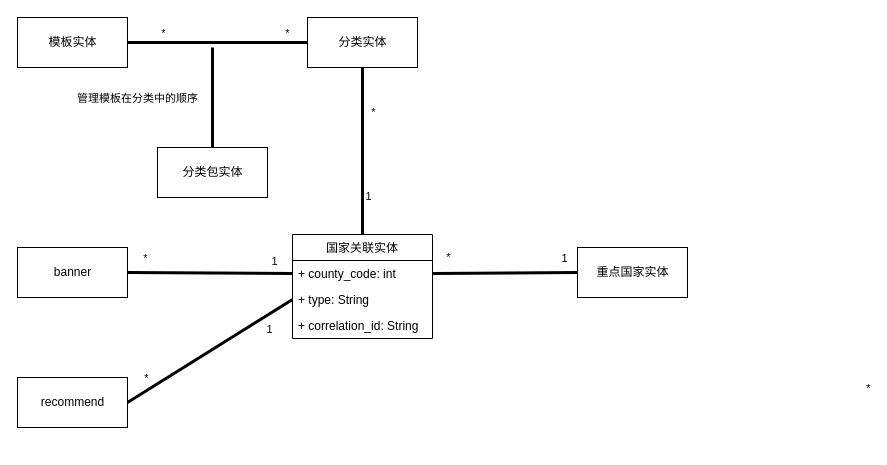
Before: 国家配置关系类图.drawio in milletzhu/datasource, a draw.io diagram. Source tidied: cells renumbered, new cells numbered last; positions are measured from the earlier drawing's top-left corner, leaving out a move shared by most shapes. Both pictures are drawn from the tidied source at 100%, with x=0, y=0 at pixel (17, 17).
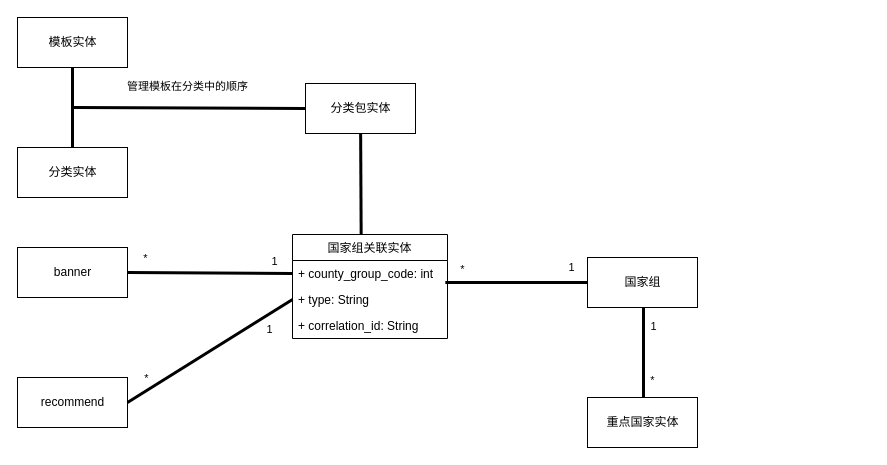
Above is the later version.

Commit message:
更新国家配置关系类图.drawio

Unchanged cells that the change refers to:
```xml
<mxCell id="2" value="模板实体" style="html=1;" parent="1" vertex="1">
  <mxGeometry width="110" height="50" as="geometry" />
</mxCell>
```

Diff of the diagram source:
```diff
@@
     <mxCell id="3" value="分类实体" style="html=1;" parent="1" vertex="1">
-      <mxGeometry x="290" width="110" height="50" as="geometry" />
+      <mxGeometry y="130" width="110" height="50" as="geometry" />
     </mxCell>
@@
-    <mxCell id="6" style="endArrow=none;startArrow=none;endFill=0;startFill=0;endSize=8;html=1;verticalAlign=bottom;labelBackgroundColor=none;strokeWidth=3;rounded=0;exitX=1;exitY=0.5;exitDx=0;exitDy=0;entryX=0;entryY=0.5;entryDx=0;entryDy=0;" parent="1" edge="1" source="2" target="3">
-      <mxGeometry relative="1" as="geometry" />
-    </mxCell>
-    <mxCell id="7" value="*" style="edgeLabel;html=1;align=center;verticalAlign=middle;" parent="6" vertex="1">
-      <mxGeometry x="-0.61" y="-2" relative="1" as="geometry">
-        <mxPoint y="-12" as="offset" />
-      </mxGeometry>
-    </mxCell>
-    <mxCell id="8" value="*" style="edgeLabel;html=1;align=center;verticalAlign=middle;" parent="6" vertex="1">
-      <mxGeometry x="0.73" y="1" relative="1" as="geometry">
-        <mxPoint x="584" y="346" as="offset" />
-      </mxGeometry>
-    </mxCell>
-    <mxCell id="9" value="*" style="edgeLabel;html=1;align=center;verticalAlign=middle;" parent="6" vertex="1">
-      <mxGeometry x="0.77" relative="1" as="geometry">
-        <mxPoint y="-10" as="offset" />
-      </mxGeometry>
-    </mxCell>
     <mxCell id="10" value="分类包实体" style="html=1;" parent="1" vertex="1">
-      <mxGeometry x="140" y="130" width="110" height="50" as="geometry" />
+      <mxGeometry x="288" y="66" width="110" height="50" as="geometry" />
     </mxCell>
-    <mxCell id="11" value="管理模板在分类中的顺序" style="endArrow=none;startArrow=none;endFill=0;startFill=0;endSize=8;html=1;verticalAlign=bottom;labelBackgroundColor=none;strokeWidth=3;rounded=0;exitX=0.5;exitY=0;exitDx=0;exitDy=0;" parent="1" edge="1" source="10">
-      <mxGeometry x="-0.2" y="75" relative="1" as="geometry">
-        <mxPoint x="195" y="30" as="targetPoint" />
+    <mxCell id="11" value="管理模板在分类中的顺序" style="endArrow=none;startArrow=none;endFill=0;startFill=0;endSize=8;html=1;verticalAlign=bottom;labelBackgroundColor=none;strokeWidth=3;rounded=0;exitX=0;exitY=0.5;exitDx=0;exitDy=0;" parent="1" edge="1" source="10">
+      <mxGeometry x="0.02" y="-12" relative="1" as="geometry">
+        <mxPoint x="56" y="90" as="targetPoint" />
       </mxGeometry>
     </mxCell>
@@
-    <mxCell id="15" style="endArrow=none;startArrow=none;endFill=0;startFill=0;endSize=8;html=1;verticalAlign=bottom;labelBackgroundColor=none;strokeWidth=3;rounded=0;exitX=0.5;exitY=1;exitDx=0;exitDy=0;entryX=0.5;entryY=0;entryDx=0;entryDy=0;" parent="1" edge="1" source="3" target="22">
-      <mxGeometry relative="1" as="geometry" />
-    </mxCell>
-    <mxCell id="16" value="*" style="edgeLabel;html=1;align=center;verticalAlign=middle;" parent="15" vertex="1">
-      <mxGeometry x="-0.47" relative="1" as="geometry">
-        <mxPoint x="10" as="offset" />
-      </mxGeometry>
-    </mxCell>
-    <mxCell id="17" value="1" style="edgeLabel;html=1;align=center;verticalAlign=middle;" parent="15" vertex="1">
-      <mxGeometry x="0.53" y="5" relative="1" as="geometry" />
-    </mxCell>
@@
     <mxCell id="21" value="重点国家实体" style="html=1;" parent="1" vertex="1">
-      <mxGeometry x="560" y="230" width="110" height="50" as="geometry" />
+      <mxGeometry x="570" y="380" width="110" height="50" as="geometry" />
     </mxCell>
-    <mxCell id="22" value="国家关联实体" style="swimlane;fontStyle=0;horizontal=1;startSize=26;fillColor=none;" parent="1" vertex="1">
-      <mxGeometry x="275" y="217" width="140" height="104" as="geometry" />
+    <mxCell id="22" value="国家组关联实体" style="swimlane;fontStyle=0;horizontal=1;startSize=26;fillColor=none;" parent="1" vertex="1">
+      <mxGeometry x="275" y="217" width="155" height="104" as="geometry" />
     </mxCell>
-    <mxCell id="23" value="+ county_code: int" style="text;strokeColor=none;fillColor=none;align=left;verticalAlign=top;spacingLeft=4;spacingRight=4;overflow=hidden;points=[[0,0.5],[1,0.5]];portConstraint=eastwest;" parent="22" vertex="1">
-      <mxGeometry y="26" width="140" height="26" as="geometry" />
+    <mxCell id="23" value="+ county_group_code: int" style="text;strokeColor=none;fillColor=none;align=left;verticalAlign=top;spacingLeft=4;spacingRight=4;overflow=hidden;points=[[0,0.5],[1,0.5]];portConstraint=eastwest;" parent="22" vertex="1">
+      <mxGeometry y="26" width="155" height="26" as="geometry" />
     </mxCell>
     <mxCell id="24" value="+ type: String" style="text;strokeColor=none;fillColor=none;align=left;verticalAlign=top;spacingLeft=4;spacingRight=4;overflow=hidden;points=[[0,0.5],[1,0.5]];portConstraint=eastwest;" parent="22" vertex="1">
-      <mxGeometry y="52" width="140" height="26" as="geometry" />
+      <mxGeometry y="52" width="155" height="26" as="geometry" />
     </mxCell>
     <mxCell id="25" value="+ correlation_id: String" style="text;strokeColor=none;fillColor=none;align=left;verticalAlign=top;spacingLeft=4;spacingRight=4;overflow=hidden;" parent="22" vertex="1">
-      <mxGeometry y="78" width="140" height="26" as="geometry" />
+      <mxGeometry y="78" width="155" height="26" as="geometry" />
     </mxCell>
-    <mxCell id="26" style="endArrow=none;startArrow=none;endFill=0;startFill=0;endSize=8;html=1;verticalAlign=bottom;labelBackgroundColor=none;strokeWidth=3;rounded=0;exitX=1;exitY=0.5;exitDx=0;exitDy=0;entryX=0;entryY=0.5;entryDx=0;entryDy=0;" parent="1" edge="1" source="23" target="21">
-      <mxGeometry relative="1" as="geometry" />
-    </mxCell>
-    <mxCell id="27" value="1" style="edgeLabel;html=1;align=center;verticalAlign=middle;" parent="26" vertex="1">
-      <mxGeometry x="0.82" y="3" relative="1" as="geometry">
-        <mxPoint y="-12" as="offset" />
-      </mxGeometry>
-    </mxCell>
-    <mxCell id="28" value="*" style="edgeLabel;html=1;align=center;verticalAlign=middle;" parent="26" vertex="1">
-      <mxGeometry x="-0.74" y="-2" relative="1" as="geometry">
-        <mxPoint x="-4" y="-18" as="offset" />
-      </mxGeometry>
-    </mxCell>
+    <mxCell id="6" style="endArrow=none;startArrow=none;endFill=0;startFill=0;endSize=8;html=1;verticalAlign=bottom;labelBackgroundColor=none;strokeWidth=3;rounded=0;exitX=0.5;exitY=1;exitDx=0;exitDy=0;" parent="1" edge="1" source="2" target="3">
+      <mxGeometry relative="1" as="geometry" />
+    </mxCell>
+    <mxCell id="29" style="endArrow=none;startArrow=none;endFill=0;startFill=0;endSize=8;html=1;verticalAlign=bottom;labelBackgroundColor=none;strokeWidth=3;rounded=0;entryX=0.443;entryY=0;entryDx=0;entryDy=0;entryPerimeter=0;" parent="1" edge="1" source="10" target="22">
+      <mxGeometry relative="1" as="geometry" />
+    </mxCell>
+    <mxCell id="30" value="国家组" style="html=1;" parent="1" vertex="1">
+      <mxGeometry x="570" y="240" width="110" height="50" as="geometry" />
+    </mxCell>
+    <mxCell id="31" style="endArrow=none;startArrow=none;endFill=0;startFill=0;endSize=8;html=1;verticalAlign=bottom;labelBackgroundColor=none;strokeWidth=3;rounded=0;exitX=0.986;exitY=-0.154;exitDx=0;exitDy=0;exitPerimeter=0;entryX=0;entryY=0.5;entryDx=0;entryDy=0;" parent="1" edge="1" source="24" target="30">
+      <mxGeometry relative="1" as="geometry" />
+    </mxCell>
+    <mxCell id="32" value="1" style="edgeLabel;html=1;align=center;verticalAlign=middle;" parent="31" vertex="1">
+      <mxGeometry x="0.77" y="1" relative="1" as="geometry">
+        <mxPoint y="-14" as="offset" />
+      </mxGeometry>
+    </mxCell>
+    <mxCell id="33" value="*" style="edgeLabel;html=1;align=center;verticalAlign=middle;" parent="31" vertex="1">
+      <mxGeometry x="-0.76" y="4" relative="1" as="geometry">
+        <mxPoint y="-9" as="offset" />
+      </mxGeometry>
+    </mxCell>
+    <mxCell id="34" style="endArrow=none;startArrow=none;endFill=0;startFill=0;endSize=8;html=1;verticalAlign=bottom;labelBackgroundColor=none;strokeWidth=3;rounded=0;exitX=0.5;exitY=1;exitDx=0;exitDy=0;" parent="1" edge="1">
+      <mxGeometry relative="1" as="geometry">
+        <mxPoint x="626" y="290" as="sourcePoint" />
+        <mxPoint x="626" y="380" as="targetPoint" />
+      </mxGeometry>
+    </mxCell>
+    <mxCell id="35" value="1" style="edgeLabel;html=1;align=center;verticalAlign=middle;" parent="34" vertex="1">
+      <mxGeometry x="-0.6" y="-1" relative="1" as="geometry">
+        <mxPoint x="10" as="offset" />
+      </mxGeometry>
+    </mxCell>
+    <mxCell id="36" value="*" style="edgeLabel;html=1;align=center;verticalAlign=middle;" parent="34" vertex="1">
+      <mxGeometry x="0.6" y="-1" relative="1" as="geometry">
+        <mxPoint x="9" as="offset" />
+      </mxGeometry>
+    </mxCell>
```
